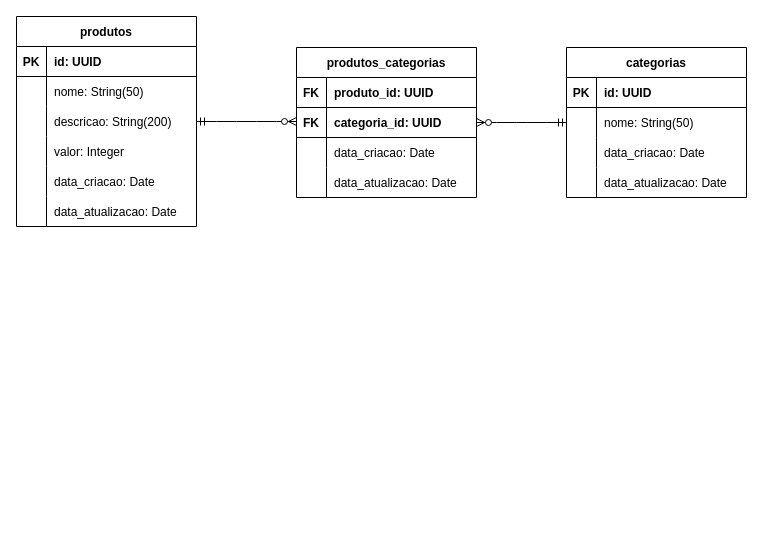
Above: page "Modelo Lógico" (2 of 2) of requirements/ecommerce-database.drawio in VitorNascimentoDeSouza/ecommerce-node-api-master (draw.io), before the change. Source tidied: cells renumbered, new cells numbered last; positions are measured from the earlier drawing's top-left corner, leaving out a move shared by most shapes. Both pictures are drawn from the tidied source at 100%, with x=0, y=0 at pixel (16, 16).
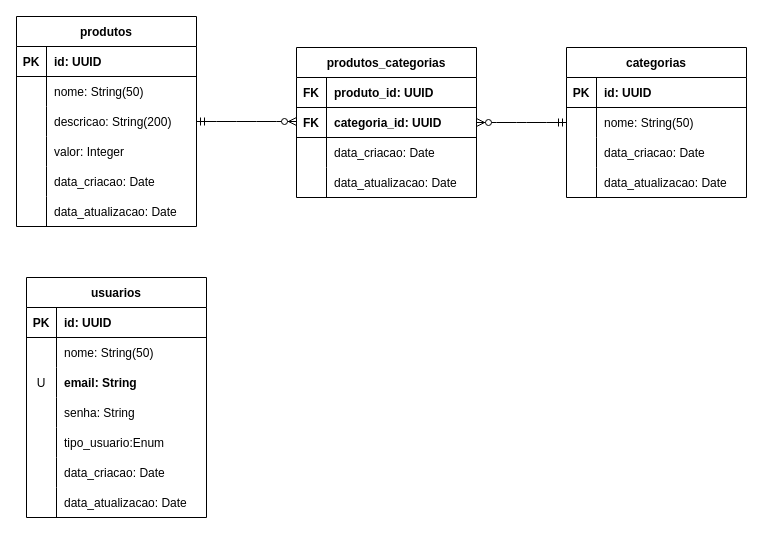
After the change.

What changed in the source:
```diff
@@
+    <mxCell id="49" value="usuarios" style="shape=table;startSize=30;childLayout=tableLayout;rowLines=0;fontStyle=1;align=center;swimlaneFillColor=none;gradientColor=none;" parent="1" vertex="1">
+      <mxGeometry x="10" y="261" width="180" height="240" as="geometry" />
+    </mxCell>
+    <mxCell id="50" style="shape=tableRow;horizontal=0;startSize=0;swimlaneHead=0;swimlaneBody=0;fillColor=none;top=0;left=0;right=0;bottom=1;" parent="49" vertex="1">
+      <mxGeometry y="30" width="180" height="30" as="geometry" />
+    </mxCell>
+    <mxCell id="51" value="PK" style="shape=partialRectangle;fillColor=none;top=0;left=0;bottom=0;right=0;fontStyle=1;overflow=hidden;" parent="50" vertex="1">
+      <mxGeometry width="30" height="30" as="geometry" />
+    </mxCell>
+    <mxCell id="52" value="id: UUID" style="shape=partialRectangle;fillColor=none;top=0;left=0;bottom=0;right=0;align=left;spacingLeft=6;fontStyle=1;overflow=hidden;" parent="50" vertex="1">
+      <mxGeometry x="30" width="150" height="30" as="geometry" />
+    </mxCell>
+    <mxCell id="53" style="shape=tableRow;horizontal=0;startSize=0;swimlaneHead=0;swimlaneBody=0;fillColor=none;top=0;left=0;right=0;bottom=0;" parent="49" vertex="1">
+      <mxGeometry y="60" width="180" height="30" as="geometry" />
+    </mxCell>
+    <mxCell id="54" style="shape=partialRectangle;fillColor=none;top=0;left=0;bottom=0;right=0;overflow=hidden;perimeterSpacing=1;" parent="53" vertex="1">
+      <mxGeometry width="30" height="30" as="geometry" />
+    </mxCell>
+    <mxCell id="55" value="nome: String(50)" style="shape=partialRectangle;fillColor=none;top=0;left=0;bottom=0;right=0;align=left;spacingLeft=6;overflow=hidden;" parent="53" vertex="1">
+      <mxGeometry x="30" width="150" height="30" as="geometry" />
+    </mxCell>
+    <mxCell id="56" style="shape=tableRow;horizontal=0;startSize=0;swimlaneHead=0;swimlaneBody=0;fillColor=none;top=0;left=0;right=0;bottom=0;" parent="49" vertex="1">
+      <mxGeometry y="90" width="180" height="30" as="geometry" />
+    </mxCell>
+    <mxCell id="57" value="U" style="shape=partialRectangle;fillColor=none;top=0;left=0;bottom=0;right=0;overflow=hidden;strokeColor=default;shadow=0;perimeterSpacing=10;strokeWidth=10;" parent="56" vertex="1">
+      <mxGeometry width="30" height="30" as="geometry" />
+    </mxCell>
+    <mxCell id="58" value="email: String" style="shape=partialRectangle;top=0;left=0;bottom=0;right=0;align=left;spacingLeft=6;overflow=hidden;strokeWidth=3;perimeterSpacing=3;fillColor=none;fontStyle=1;" parent="56" vertex="1">
+      <mxGeometry x="30" width="150" height="30" as="geometry" />
+    </mxCell>
+    <mxCell id="59" style="shape=tableRow;horizontal=0;startSize=0;swimlaneHead=0;swimlaneBody=0;fillColor=none;top=0;left=0;right=0;bottom=0;" parent="49" vertex="1">
+      <mxGeometry y="120" width="180" height="30" as="geometry" />
+    </mxCell>
+    <mxCell id="60" style="shape=partialRectangle;fillColor=none;top=0;left=0;bottom=0;right=0;overflow=hidden;" parent="59" vertex="1">
+      <mxGeometry width="30" height="30" as="geometry" />
+    </mxCell>
+    <mxCell id="61" value="senha: String" style="shape=partialRectangle;fillColor=none;top=0;left=0;bottom=0;right=0;align=left;spacingLeft=6;overflow=hidden;" parent="59" vertex="1">
+      <mxGeometry x="30" width="150" height="30" as="geometry" />
+    </mxCell>
+    <mxCell id="62" style="shape=tableRow;horizontal=0;startSize=0;swimlaneHead=0;swimlaneBody=0;fillColor=none;top=0;left=0;right=0;bottom=0;" parent="49" vertex="1">
+      <mxGeometry y="150" width="180" height="30" as="geometry" />
+    </mxCell>
+    <mxCell id="63" style="shape=partialRectangle;fillColor=none;top=0;left=0;bottom=0;right=0;overflow=hidden;" parent="62" vertex="1">
+      <mxGeometry width="30" height="30" as="geometry" />
+    </mxCell>
+    <mxCell id="64" value="tipo_usuario:Enum" style="shape=partialRectangle;fillColor=none;top=0;left=0;bottom=0;right=0;align=left;spacingLeft=6;overflow=hidden;" parent="62" vertex="1">
+      <mxGeometry x="30" width="150" height="30" as="geometry" />
+    </mxCell>
+    <mxCell id="65" style="shape=tableRow;horizontal=0;startSize=0;swimlaneHead=0;swimlaneBody=0;fillColor=none;top=0;left=0;right=0;bottom=0;" parent="49" vertex="1">
+      <mxGeometry y="180" width="180" height="30" as="geometry" />
+    </mxCell>
+    <mxCell id="66" style="shape=partialRectangle;fillColor=none;top=0;left=0;bottom=0;right=0;overflow=hidden;" parent="65" vertex="1">
+      <mxGeometry width="30" height="30" as="geometry" />
+    </mxCell>
+    <mxCell id="67" value="data_criacao: Date" style="shape=partialRectangle;fillColor=none;top=0;left=0;bottom=0;right=0;align=left;spacingLeft=6;overflow=hidden;strokeWidth=3;perimeterSpacing=3;" parent="65" vertex="1">
+      <mxGeometry x="30" width="150" height="30" as="geometry" />
+    </mxCell>
+    <mxCell id="68" style="shape=tableRow;horizontal=0;startSize=0;swimlaneHead=0;swimlaneBody=0;fillColor=none;top=0;left=0;right=0;bottom=0;" parent="49" vertex="1">
+      <mxGeometry y="210" width="180" height="30" as="geometry" />
+    </mxCell>
+    <mxCell id="69" style="shape=partialRectangle;fillColor=none;top=0;left=0;bottom=0;right=0;overflow=hidden;" parent="68" vertex="1">
+      <mxGeometry width="30" height="30" as="geometry" />
+    </mxCell>
+    <mxCell id="70" value="data_atualizacao: Date" style="shape=partialRectangle;fillColor=none;top=0;left=0;bottom=0;right=0;align=left;spacingLeft=6;overflow=hidden;" parent="68" vertex="1">
+      <mxGeometry x="30" width="150" height="30" as="geometry" />
+    </mxCell>
```
